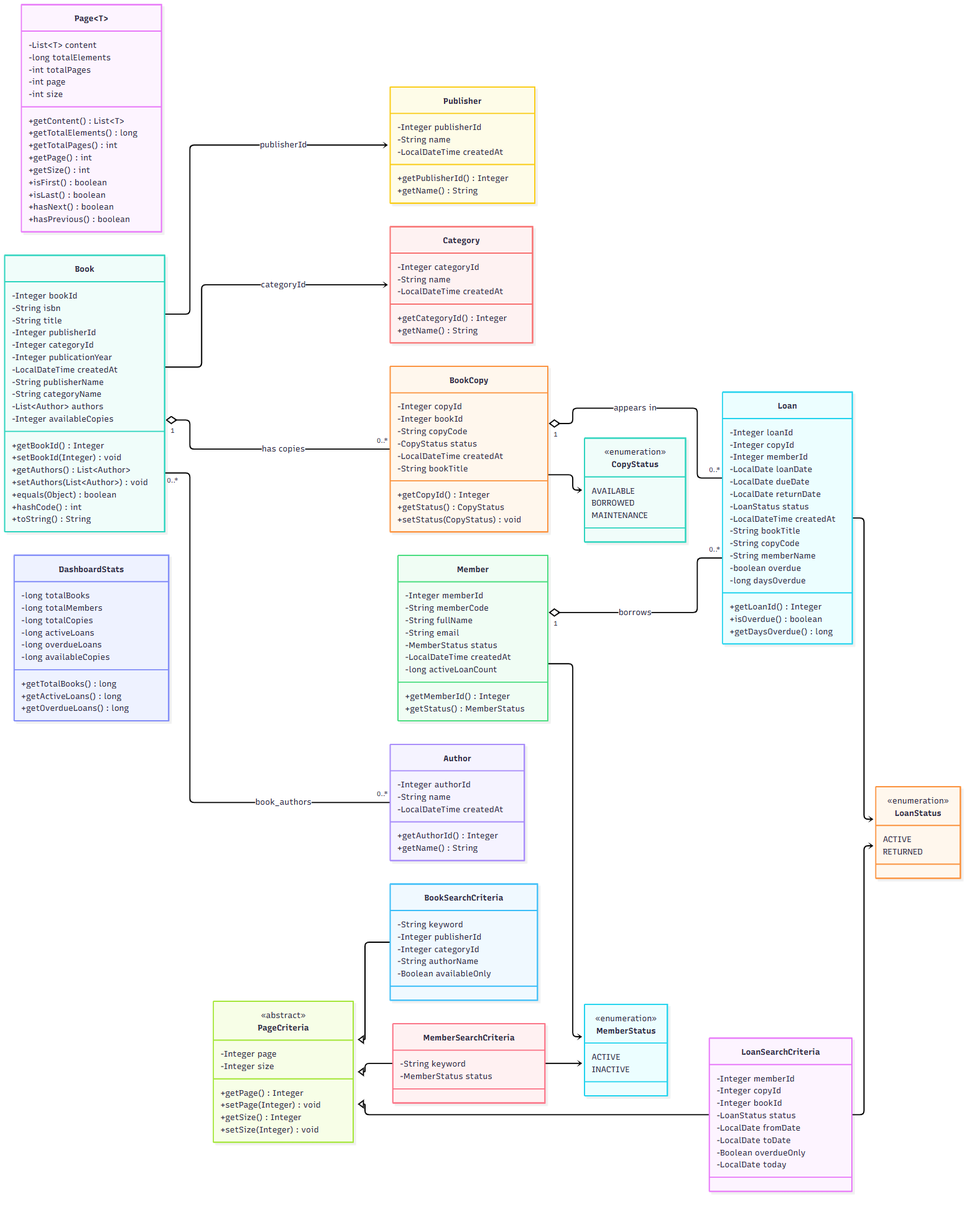
Earlier version of the Mermaid export docs/diagrams/figure-2a-domain-model.png (ThanhTu-Micop/Library-Management-System). Its source is kept beside it as docs/diagrams/figure-2a-domain-model.mmd. Source of this version:
```mermaid
classDiagram
    direction LR

    class Page~T~ {
        -List~T~ content
        -long totalElements
        -int totalPages
        -int page
        -int size
        +getContent() List~T~
        +getTotalElements() long
        +getTotalPages() int
        +getPage() int
        +getSize() int
        +isFirst() boolean
        +isLast() boolean
        +hasNext() boolean
        +hasPrevious() boolean
    }

    class Book {
        -Integer bookId
        -String isbn
        -String title
        -Integer publisherId
        -Integer categoryId
        -Integer publicationYear
        -LocalDateTime createdAt
        -String publisherName
        -String categoryName
        -List~Author~ authors
        -Integer availableCopies
        +getBookId() Integer
        +setBookId(Integer) void
        +getAuthors() List~Author~
        +setAuthors(List~Author~) void
        +equals(Object) boolean
        +hashCode() int
        +toString() String
    }

    class BookCopy {
        -Integer copyId
        -Integer bookId
        -String copyCode
        -CopyStatus status
        -LocalDateTime createdAt
        -String bookTitle
        +getCopyId() Integer
        +getStatus() CopyStatus
        +setStatus(CopyStatus) void
    }

    class Loan {
        -Integer loanId
        -Integer copyId
        -Integer memberId
        -LocalDate loanDate
        -LocalDate dueDate
        -LocalDate returnDate
        -LoanStatus status
        -LocalDateTime createdAt
        -String bookTitle
        -String copyCode
        -String memberName
        -boolean overdue
        -long daysOverdue
        +getLoanId() Integer
        +isOverdue() boolean
        +getDaysOverdue() long
    }

    class Member {
        -Integer memberId
        -String memberCode
        -String fullName
        -String email
        -MemberStatus status
        -LocalDateTime createdAt
        -long activeLoanCount
        +getMemberId() Integer
        +getStatus() MemberStatus
    }

    class Author {
        -Integer authorId
        -String name
        -LocalDateTime createdAt
        +getAuthorId() Integer
        +getName() String
    }

    class Category {
        -Integer categoryId
        -String name
        -LocalDateTime createdAt
        +getCategoryId() Integer
        +getName() String
    }

    class Publisher {
        -Integer publisherId
        -String name
        -LocalDateTime createdAt
        +getPublisherId() Integer
        +getName() String
    }

    class DashboardStats {
        -long totalBooks
        -long totalMembers
        -long totalCopies
        -long activeLoans
        -long overdueLoans
        -long availableCopies
        +getTotalBooks() long
        +getActiveLoans() long
        +getOverdueLoans() long
    }

    class PageCriteria {
        <<abstract>>
        -Integer page
        -Integer size
        +getPage() Integer
        +setPage(Integer) void
        +getSize() Integer
        +setSize(Integer) void
    }

    class BookSearchCriteria {
        -String keyword
        -Integer publisherId
        -Integer categoryId
        -String authorName
        -Boolean availableOnly
    }

    class MemberSearchCriteria {
        -String keyword
        -MemberStatus status
    }

    class LoanSearchCriteria {
        -Integer memberId
        -Integer copyId
        -Integer bookId
        -LoanStatus status
        -LocalDate fromDate
        -LocalDate toDate
        -Boolean overdueOnly
        -LocalDate today
    }

    class CopyStatus {
        <<enumeration>>
        AVAILABLE
        BORROWED
        MAINTENANCE
    }

    class LoanStatus {
        <<enumeration>>
        ACTIVE
        RETURNED
    }

    class MemberStatus {
        <<enumeration>>
        ACTIVE
        INACTIVE
    }

    Book --> Publisher : publisherId
    Book --> Category : categoryId
    Book "1" o-- "0..*" BookCopy : has copies
    Book "0..*" -- "0..*" Author : book_authors
    BookCopy "1" o-- "0..*" Loan : appears in
    Member "1" o-- "0..*" Loan : borrows

    PageCriteria <|-- BookSearchCriteria
    PageCriteria <|-- MemberSearchCriteria
    PageCriteria <|-- LoanSearchCriteria

    BookCopy --> CopyStatus
    Loan --> LoanStatus
    Member --> MemberStatus
    LoanSearchCriteria --> LoanStatus
    MemberSearchCriteria --> MemberStatus

```
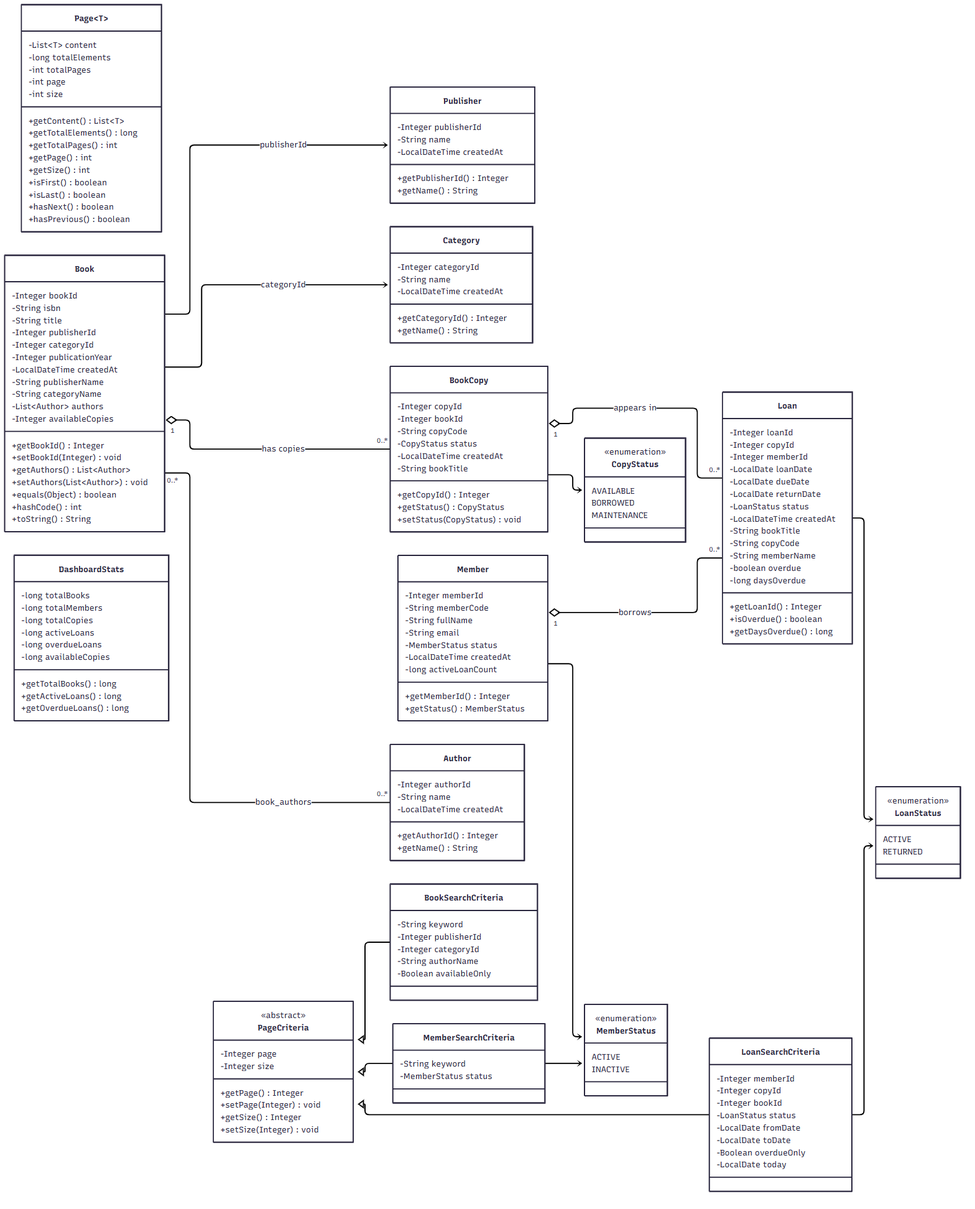
The same diagram one commit later.

Commit message:
docs: add clickable SVG class diagrams

Diff of the diagram source:
```diff
@@ -188,3 +188,20 @@
     LoanSearchCriteria --> LoanStatus
     MemberSearchCriteria --> MemberStatus
 
+
+    click Page href "https://github.com/ThanhTu-Micop/Library-Management-System/blob/main/src/main/java/com/library/model/Page.java" "Open Page.java"
+    click Book href "https://github.com/ThanhTu-Micop/Library-Management-System/blob/main/src/main/java/com/library/model/Book.java" "Open Book.java"
+    click BookCopy href "https://github.com/ThanhTu-Micop/Library-Management-System/blob/main/src/main/java/com/library/model/BookCopy.java" "Open BookCopy.java"
+    click Loan href "https://github.com/ThanhTu-Micop/Library-Management-System/blob/main/src/main/java/com/library/model/Loan.java" "Open Loan.java"
+    click Member href "https://github.com/ThanhTu-Micop/Library-Management-System/blob/main/src/main/java/com/library/model/Member.java" "Open Member.java"
+    click Author href "https://github.com/ThanhTu-Micop/Library-Management-System/blob/main/src/main/java/com/library/model/Author.java" "Open Author.java"
+    click Category href "https://github.com/ThanhTu-Micop/Library-Management-System/blob/main/src/main/java/com/library/model/Category.java" "Open Category.java"
+    click Publisher href "https://github.com/ThanhTu-Micop/Library-Management-System/blob/main/src/main/java/com/library/model/Publisher.java" "Open Publisher.java"
+    click DashboardStats href "https://github.com/ThanhTu-Micop/Library-Management-System/blob/main/src/main/java/com/library/model/DashboardStats.java" "Open DashboardStats.java"
+    click PageCriteria href "https://github.com/ThanhTu-Micop/Library-Management-System/blob/main/src/main/java/com/library/model/criteria/PageCriteria.java" "Open PageCriteria.java"
+    click BookSearchCriteria href "https://github.com/ThanhTu-Micop/Library-Management-System/blob/main/src/main/java/com/library/model/criteria/BookSearchCriteria.java" "Open BookSearchCriteria.java"
+    click MemberSearchCriteria href "https://github.com/ThanhTu-Micop/Library-Management-System/blob/main/src/main/java/com/library/model/criteria/MemberSearchCriteria.java" "Open MemberSearchCriteria.java"
+    click LoanSearchCriteria href "https://github.com/ThanhTu-Micop/Library-Management-System/blob/main/src/main/java/com/library/model/criteria/LoanSearchCriteria.java" "Open LoanSearchCriteria.java"
+    click CopyStatus href "https://github.com/ThanhTu-Micop/Library-Management-System/blob/main/src/main/java/com/library/model/enums/CopyStatus.java" "Open CopyStatus.java"
+    click LoanStatus href "https://github.com/ThanhTu-Micop/Library-Management-System/blob/main/src/main/java/com/library/model/enums/LoanStatus.java" "Open LoanStatus.java"
+    click MemberStatus href "https://github.com/ThanhTu-Micop/Library-Management-System/blob/main/src/main/java/com/library/model/enums/MemberStatus.java" "Open MemberStatus.java"
```
